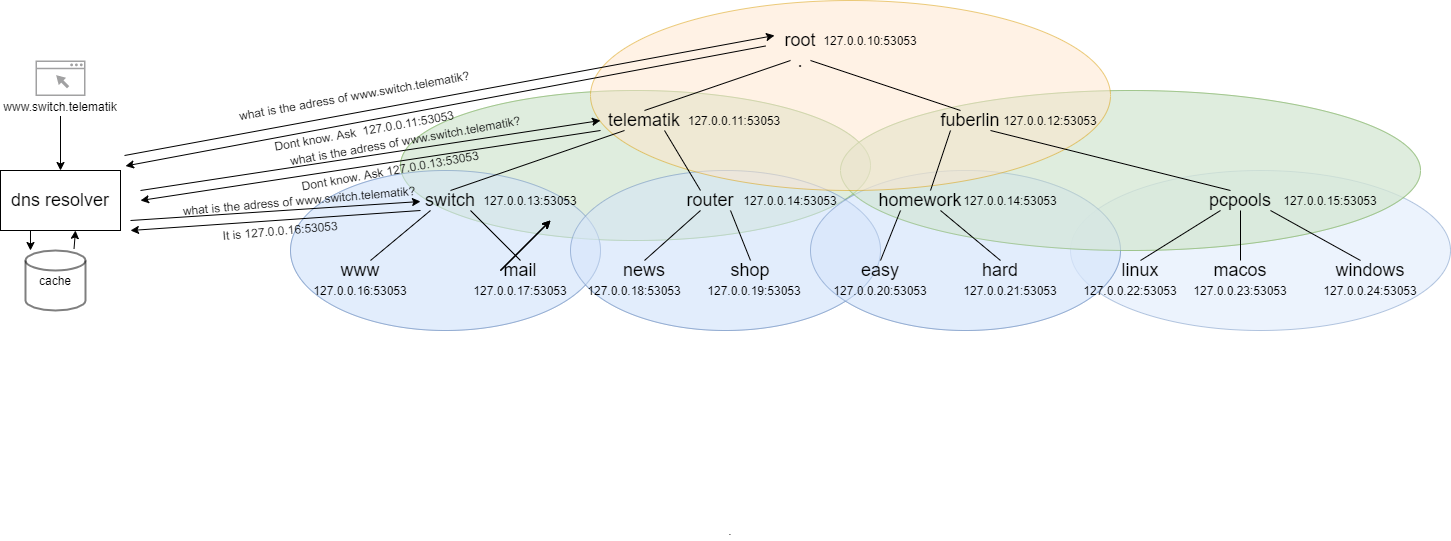
The draw.io diagram Notebooks/zones_telematik.png in Alioio/telematics_project, before a commit. Source tidied: cells renumbered, new cells last; positions are measured from the earlier drawing's top-left corner, leaving out a move shared by most shapes.
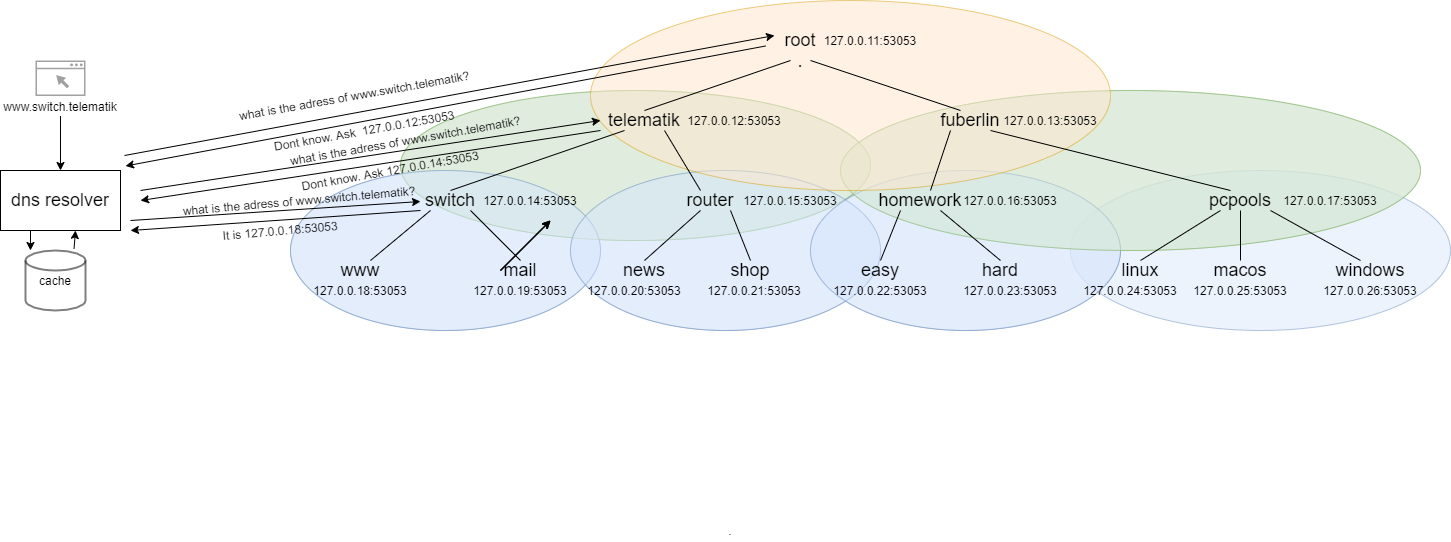
The same file after the commit.

Change to the diagram source:
```diff
@@ -141,52 +141,52 @@
         <mxPoint x="1270" y="210" as="targetPoint" />
       </mxGeometry>
     </mxCell>
-    <mxCell id="47" value="127.0.0.10:53053" style="text;html=1;strokeColor=none;fillColor=none;align=center;verticalAlign=middle;whiteSpace=wrap;rounded=0;" parent="1" vertex="1">
+    <mxCell id="47" value="127.0.0.11:53053" style="text;html=1;strokeColor=none;fillColor=none;align=center;verticalAlign=middle;whiteSpace=wrap;rounded=0;" parent="1" vertex="1">
       <mxGeometry x="850" y="30" width="40" height="20" as="geometry" />
     </mxCell>
-    <mxCell id="48" value="127.0.0.11:53053" style="text;html=1;strokeColor=none;fillColor=none;align=center;verticalAlign=middle;whiteSpace=wrap;rounded=0;" parent="1" vertex="1">
+    <mxCell id="48" value="127.0.0.12:53053" style="text;html=1;strokeColor=none;fillColor=none;align=center;verticalAlign=middle;whiteSpace=wrap;rounded=0;" parent="1" vertex="1">
       <mxGeometry x="714" y="110" width="40" height="20" as="geometry" />
     </mxCell>
-    <mxCell id="49" value="127.0.0.12:53053" style="text;html=1;strokeColor=none;fillColor=none;align=center;verticalAlign=middle;whiteSpace=wrap;rounded=0;" parent="1" vertex="1">
+    <mxCell id="49" value="127.0.0.13:53053" style="text;html=1;strokeColor=none;fillColor=none;align=center;verticalAlign=middle;whiteSpace=wrap;rounded=0;" parent="1" vertex="1">
       <mxGeometry x="1030" y="110" width="40" height="20" as="geometry" />
     </mxCell>
-    <mxCell id="50" value="127.0.0.13:53053" style="text;html=1;strokeColor=none;fillColor=none;align=center;verticalAlign=middle;whiteSpace=wrap;rounded=0;" parent="1" vertex="1">
+    <mxCell id="50" value="127.0.0.14:53053" style="text;html=1;strokeColor=none;fillColor=none;align=center;verticalAlign=middle;whiteSpace=wrap;rounded=0;" parent="1" vertex="1">
       <mxGeometry x="510" y="190" width="40" height="20" as="geometry" />
     </mxCell>
-    <mxCell id="51" value="127.0.0.14:53053" style="text;html=1;strokeColor=none;fillColor=none;align=center;verticalAlign=middle;whiteSpace=wrap;rounded=0;" parent="1" vertex="1">
+    <mxCell id="51" value="127.0.0.15:53053" style="text;html=1;strokeColor=none;fillColor=none;align=center;verticalAlign=middle;whiteSpace=wrap;rounded=0;" parent="1" vertex="1">
       <mxGeometry x="770" y="190" width="40" height="20" as="geometry" />
     </mxCell>
-    <mxCell id="52" value="127.0.0.14:53053" style="text;html=1;strokeColor=none;fillColor=none;align=center;verticalAlign=middle;whiteSpace=wrap;rounded=0;" parent="1" vertex="1">
+    <mxCell id="52" value="127.0.0.16:53053" style="text;html=1;strokeColor=none;fillColor=none;align=center;verticalAlign=middle;whiteSpace=wrap;rounded=0;" parent="1" vertex="1">
       <mxGeometry x="990" y="190" width="40" height="20" as="geometry" />
     </mxCell>
-    <mxCell id="53" value="127.0.0.15:53053" style="text;html=1;strokeColor=none;fillColor=none;align=center;verticalAlign=middle;whiteSpace=wrap;rounded=0;" parent="1" vertex="1">
+    <mxCell id="53" value="127.0.0.17:53053" style="text;html=1;strokeColor=none;fillColor=none;align=center;verticalAlign=middle;whiteSpace=wrap;rounded=0;" parent="1" vertex="1">
       <mxGeometry x="1310" y="190" width="40" height="20" as="geometry" />
     </mxCell>
-    <mxCell id="54" value="127.0.0.16:53053" style="text;html=1;strokeColor=none;fillColor=none;align=center;verticalAlign=middle;whiteSpace=wrap;rounded=0;" parent="1" vertex="1">
+    <mxCell id="54" value="127.0.0.18:53053" style="text;html=1;strokeColor=none;fillColor=none;align=center;verticalAlign=middle;whiteSpace=wrap;rounded=0;" parent="1" vertex="1">
       <mxGeometry x="340" y="280" width="40" height="20" as="geometry" />
     </mxCell>
-    <mxCell id="55" value="127.0.0.17:53053" style="text;html=1;strokeColor=none;fillColor=none;align=center;verticalAlign=middle;whiteSpace=wrap;rounded=0;" parent="1" vertex="1">
+    <mxCell id="55" value="127.0.0.19:53053" style="text;html=1;strokeColor=none;fillColor=none;align=center;verticalAlign=middle;whiteSpace=wrap;rounded=0;" parent="1" vertex="1">
       <mxGeometry x="500" y="280" width="40" height="20" as="geometry" />
     </mxCell>
-    <mxCell id="56" value="127.0.0.18:53053" style="text;html=1;strokeColor=none;fillColor=none;align=center;verticalAlign=middle;whiteSpace=wrap;rounded=0;" parent="1" vertex="1">
+    <mxCell id="56" value="127.0.0.20:53053" style="text;html=1;strokeColor=none;fillColor=none;align=center;verticalAlign=middle;whiteSpace=wrap;rounded=0;" parent="1" vertex="1">
       <mxGeometry x="614" y="280" width="40" height="20" as="geometry" />
     </mxCell>
-    <mxCell id="57" value="127.0.0.19:53053" style="text;html=1;strokeColor=none;fillColor=none;align=center;verticalAlign=middle;whiteSpace=wrap;rounded=0;" parent="1" vertex="1">
+    <mxCell id="57" value="127.0.0.21:53053" style="text;html=1;strokeColor=none;fillColor=none;align=center;verticalAlign=middle;whiteSpace=wrap;rounded=0;" parent="1" vertex="1">
       <mxGeometry x="734" y="280" width="40" height="20" as="geometry" />
     </mxCell>
-    <mxCell id="58" value="127.0.0.20:53053" style="text;html=1;strokeColor=none;fillColor=none;align=center;verticalAlign=middle;whiteSpace=wrap;rounded=0;" parent="1" vertex="1">
+    <mxCell id="58" value="127.0.0.22:53053" style="text;html=1;strokeColor=none;fillColor=none;align=center;verticalAlign=middle;whiteSpace=wrap;rounded=0;" parent="1" vertex="1">
       <mxGeometry x="860" y="280" width="40" height="20" as="geometry" />
     </mxCell>
-    <mxCell id="59" value="127.0.0.21:53053" style="text;html=1;strokeColor=none;fillColor=none;align=center;verticalAlign=middle;whiteSpace=wrap;rounded=0;" parent="1" vertex="1">
+    <mxCell id="59" value="127.0.0.23:53053" style="text;html=1;strokeColor=none;fillColor=none;align=center;verticalAlign=middle;whiteSpace=wrap;rounded=0;" parent="1" vertex="1">
       <mxGeometry x="990" y="280" width="40" height="20" as="geometry" />
     </mxCell>
-    <mxCell id="60" value="127.0.0.22:53053" style="text;html=1;strokeColor=none;fillColor=none;align=center;verticalAlign=middle;whiteSpace=wrap;rounded=0;" parent="1" vertex="1">
+    <mxCell id="60" value="127.0.0.24:53053" style="text;html=1;strokeColor=none;fillColor=none;align=center;verticalAlign=middle;whiteSpace=wrap;rounded=0;" parent="1" vertex="1">
       <mxGeometry x="1110" y="280" width="40" height="20" as="geometry" />
     </mxCell>
-    <mxCell id="61" value="127.0.0.23:53053" style="text;html=1;strokeColor=none;fillColor=none;align=center;verticalAlign=middle;whiteSpace=wrap;rounded=0;" parent="1" vertex="1">
+    <mxCell id="61" value="127.0.0.25:53053" style="text;html=1;strokeColor=none;fillColor=none;align=center;verticalAlign=middle;whiteSpace=wrap;rounded=0;" parent="1" vertex="1">
       <mxGeometry x="1220" y="280" width="40" height="20" as="geometry" />
     </mxCell>
-    <mxCell id="62" value="127.0.0.24:53053" style="text;html=1;strokeColor=none;fillColor=none;align=center;verticalAlign=middle;whiteSpace=wrap;rounded=0;" parent="1" vertex="1">
+    <mxCell id="62" value="127.0.0.26:53053" style="text;html=1;strokeColor=none;fillColor=none;align=center;verticalAlign=middle;whiteSpace=wrap;rounded=0;" parent="1" vertex="1">
       <mxGeometry x="1350" y="280" width="40" height="20" as="geometry" />
     </mxCell>
     <mxCell id="63" style="shadow=0;dashed=0;html=1;strokeColor=none;fillColor=#434445;labelPosition=center;verticalLabelPosition=bottom;verticalAlign=top;align=center;shape=mxgraph.vvd.web_browser;opacity=50;" parent="1" vertex="1">
@@ -234,7 +234,7 @@
         <mxPoint x="125" y="165.5" as="targetPoint" />
       </mxGeometry>
     </mxCell>
-    <mxCell id="73" value="Dont know. Ask&amp;nbsp; 127.0.0.11:53053" style="text;html=1;strokeColor=none;fillColor=none;align=center;verticalAlign=middle;whiteSpace=wrap;rounded=0;opacity=50;rotation=-10;" parent="1" vertex="1">
+    <mxCell id="73" value="Dont know. Ask&amp;nbsp; 127.0.0.12:53053" style="text;html=1;strokeColor=none;fillColor=none;align=center;verticalAlign=middle;whiteSpace=wrap;rounded=0;opacity=50;rotation=-10;" parent="1" vertex="1">
       <mxGeometry x="114" y="120" width="500" height="20" as="geometry" />
     </mxCell>
     <mxCell id="74" style="endArrow=classic;html=1;" parent="1" edge="1">
@@ -252,7 +252,7 @@
         <mxPoint x="140" y="200" as="targetPoint" />
       </mxGeometry>
     </mxCell>
-    <mxCell id="77" value="Dont know. Ask 127.0.0.13:53053" style="text;html=1;strokeColor=none;fillColor=none;align=center;verticalAlign=middle;whiteSpace=wrap;rounded=0;opacity=50;rotation=-10;" parent="1" vertex="1">
+    <mxCell id="77" value="Dont know. Ask 127.0.0.14:53053" style="text;html=1;strokeColor=none;fillColor=none;align=center;verticalAlign=middle;whiteSpace=wrap;rounded=0;opacity=50;rotation=-10;" parent="1" vertex="1">
       <mxGeometry x="280" y="160" width="220" height="20" as="geometry" />
     </mxCell>
     <mxCell id="78" style="endArrow=classic;html=1;" parent="1" edge="1">
@@ -270,7 +270,7 @@
         <mxPoint x="130" y="230" as="targetPoint" />
       </mxGeometry>
     </mxCell>
-    <mxCell id="81" value="It is 127.0.0.16:53053" style="text;html=1;strokeColor=none;fillColor=none;align=center;verticalAlign=middle;whiteSpace=wrap;rounded=0;opacity=50;rotation=-5;" parent="1" vertex="1">
+    <mxCell id="81" value="It is 127.0.0.18:53053" style="text;html=1;strokeColor=none;fillColor=none;align=center;verticalAlign=middle;whiteSpace=wrap;rounded=0;opacity=50;rotation=-5;" parent="1" vertex="1">
       <mxGeometry x="180" y="220" width="200" height="20" as="geometry" />
     </mxCell>
     <mxCell id="82" style="endArrow=classic;html=1;exitX=0.25;exitY=1;exitDx=0;exitDy=0;entryX=0.083;entryY=0;entryDx=0;entryDy=0;entryPerimeter=0;" parent="1" edge="1" source="16" target="65">
```
